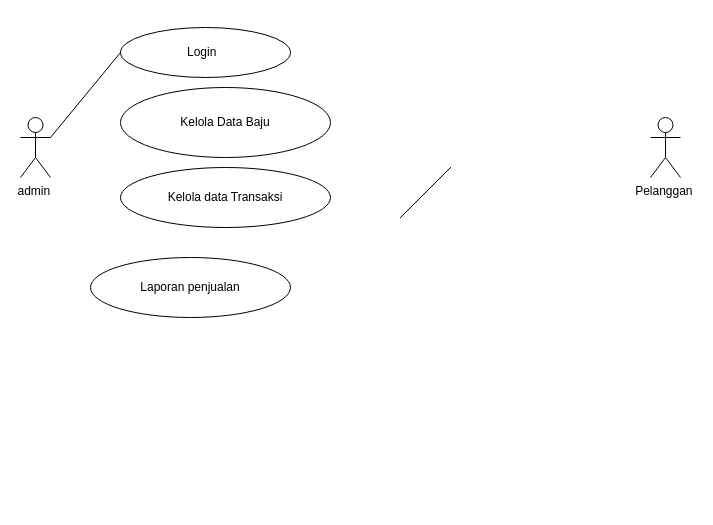
Noorania/kreasi keeps this draw.io diagram as Project 2 UsecaseDiagram.drawio. Above is the earlier version. Source tidied: cells renumbered, new cells numbered last; positions are measured from the earlier drawing's top-left corner, leaving out a move shared by most shapes. Both pictures are drawn from the tidied source at 100%, with x=0, y=0 at pixel (20, 27).
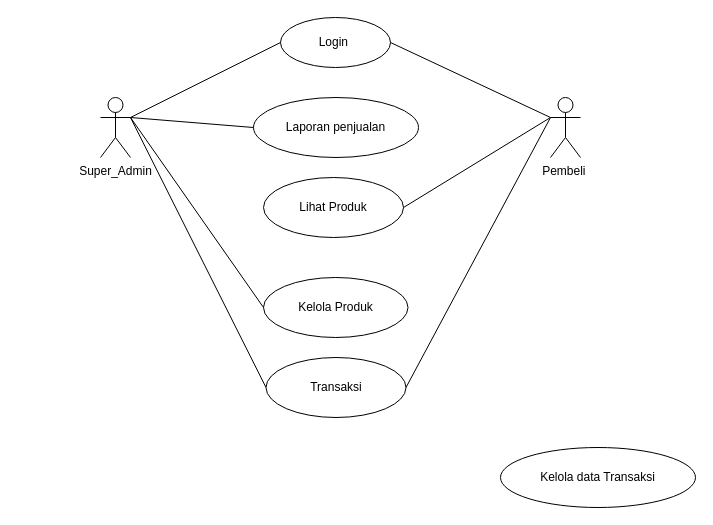
The same diagram, later.

Diff of the diagram source:
```diff
@@
 <mxGraphModel>
   <root>
     <mxCell id="0" />
     <mxCell id="1" parent="0" />
-    <mxCell id="2" value="Kelola Data Baju" style="ellipse;whiteSpace=wrap;html=1;" parent="1" vertex="1">
-      <mxGeometry x="100" y="60" width="210" height="70" as="geometry" />
+    <mxCell id="2" value="Kelola Produk" style="ellipse;whiteSpace=wrap;html=1;" parent="1" vertex="1">
+      <mxGeometry x="243" y="250" width="144.5" height="60" as="geometry" />
     </mxCell>
-    <mxCell id="3" value="Pelanggan&amp;nbsp;" style="shape=umlActor;verticalLabelPosition=bottom;verticalAlign=top;html=1;outlineConnect=0;" parent="1" vertex="1">
-      <mxGeometry x="630" y="90" width="30" height="60" as="geometry" />
+    <mxCell id="3" value="Pembeli&amp;nbsp;" style="shape=umlActor;verticalLabelPosition=bottom;verticalAlign=top;html=1;outlineConnect=0;" parent="1" vertex="1">
+      <mxGeometry x="530" y="70" width="30" height="60" as="geometry" />
     </mxCell>
-    <mxCell id="4" value="admin&amp;nbsp;&lt;div&gt;&lt;br&gt;&lt;/div&gt;" style="shape=umlActor;verticalLabelPosition=bottom;verticalAlign=top;html=1;outlineConnect=0;" parent="1" vertex="1">
-      <mxGeometry y="90" width="30" height="60" as="geometry" />
+    <mxCell id="4" value="&lt;div&gt;Super_Admin&lt;/div&gt;" style="shape=umlActor;verticalLabelPosition=bottom;verticalAlign=top;html=1;outlineConnect=0;" parent="1" vertex="1">
+      <mxGeometry x="80" y="70" width="30" height="60" as="geometry" />
     </mxCell>
-    <mxCell id="5" value="Login&amp;nbsp;&amp;nbsp;" style="ellipse;whiteSpace=wrap;html=1;" parent="1" vertex="1">
-      <mxGeometry x="100" width="170" height="50" as="geometry" />
+    <mxCell id="5" value="Login&amp;nbsp;" style="ellipse;whiteSpace=wrap;html=1;" parent="1" vertex="1">
+      <mxGeometry x="260" y="-10" width="110" height="50" as="geometry" />
     </mxCell>
     <mxCell id="6" value="Kelola data Transaksi" style="ellipse;whiteSpace=wrap;html=1;" parent="1" vertex="1">
-      <mxGeometry x="100" y="140" width="210" height="60" as="geometry" />
+      <mxGeometry x="480" y="420" width="195" height="60" as="geometry" />
     </mxCell>
     <mxCell id="7" value="Laporan penjualan" style="ellipse;whiteSpace=wrap;html=1;" parent="1" vertex="1">
-      <mxGeometry x="70" y="230" width="200" height="60" as="geometry" />
+      <mxGeometry x="233" y="70" width="165" height="60" as="geometry" />
     </mxCell>
-    <mxCell id="8" style="endArrow=none;html=1;rounded=0;" parent="1" edge="1">
+    <mxCell id="8" style="endArrow=none;html=1;rounded=0;entryX=0;entryY=0.5;entryDx=0;entryDy=0;" parent="1" edge="1" target="7">
       <mxGeometry relative="1" as="geometry">
-        <mxPoint x="380" y="190" as="sourcePoint" />
-        <mxPoint x="430" y="140" as="targetPoint" />
+        <mxPoint x="110" y="90" as="sourcePoint" />
       </mxGeometry>
     </mxCell>
-    <mxCell id="9" style="endArrow=none;html=1;rounded=0;" parent="1" edge="1">
-      <mxGeometry relative="1" as="geometry">
-        <mxPoint x="380" y="190" as="sourcePoint" />
-        <mxPoint x="430" y="140" as="targetPoint" />
-      </mxGeometry>
+    <mxCell id="9" style="endArrow=none;html=1;rounded=0;exitX=1;exitY=0.3333333333333333;exitDx=0;exitDy=0;exitPerimeter=0;entryX=0;entryY=0.5;entryDx=0;entryDy=0;" parent="1" edge="1" source="4" target="12">
+      <mxGeometry relative="1" as="geometry" />
     </mxCell>
-    <mxCell id="10" style="endArrow=none;html=1;rounded=0;" parent="1" edge="1">
-      <mxGeometry relative="1" as="geometry">
-        <mxPoint x="380" y="190" as="sourcePoint" />
-        <mxPoint x="430" y="140" as="targetPoint" />
-      </mxGeometry>
+    <mxCell id="10" style="endArrow=none;html=1;rounded=0;entryX=1;entryY=0.3333333333333333;entryDx=0;entryDy=0;entryPerimeter=0;exitX=0;exitY=0.5;exitDx=0;exitDy=0;" parent="1" edge="1" source="2" target="4">
+      <mxGeometry relative="1" as="geometry" />
     </mxCell>
     <mxCell id="11" style="endArrow=none;html=1;rounded=0;entryX=1;entryY=0.3333333333333333;entryDx=0;entryDy=0;entryPerimeter=0;exitX=0;exitY=0.5;exitDx=0;exitDy=0;" parent="1" edge="1" source="5" target="4">
       <mxGeometry relative="1" as="geometry" />
     </mxCell>
+    <mxCell id="12" value="Transaksi" style="ellipse;whiteSpace=wrap;html=1;" parent="1" vertex="1">
+      <mxGeometry x="245.5" y="330" width="140" height="60" as="geometry" />
+    </mxCell>
+    <mxCell id="13" value="Lihat Produk" style="ellipse;whiteSpace=wrap;html=1;" parent="1" vertex="1">
+      <mxGeometry x="243" y="150" width="140" height="60" as="geometry" />
+    </mxCell>
+    <mxCell id="14" style="endArrow=none;html=1;rounded=0;exitX=1;exitY=0.5;exitDx=0;exitDy=0;entryX=0;entryY=0.3333333333333333;entryDx=0;entryDy=0;entryPerimeter=0;" parent="1" edge="1" source="5" target="3">
+      <mxGeometry relative="1" as="geometry" />
+    </mxCell>
+    <mxCell id="15" style="endArrow=none;html=1;rounded=0;entryX=1;entryY=0.5;entryDx=0;entryDy=0;exitX=0;exitY=0.3333333333333333;exitDx=0;exitDy=0;exitPerimeter=0;" parent="1" edge="1" source="3" target="13">
+      <mxGeometry relative="1" as="geometry" />
+    </mxCell>
+    <mxCell id="16" style="endArrow=none;html=1;rounded=0;exitX=1;exitY=0.5;exitDx=0;exitDy=0;entryX=0;entryY=0.3333333333333333;entryDx=0;entryDy=0;entryPerimeter=0;" parent="1" edge="1" source="12" target="3">
+      <mxGeometry relative="1" as="geometry" />
+    </mxCell>
   </root>
 </mxGraphModel>
```
